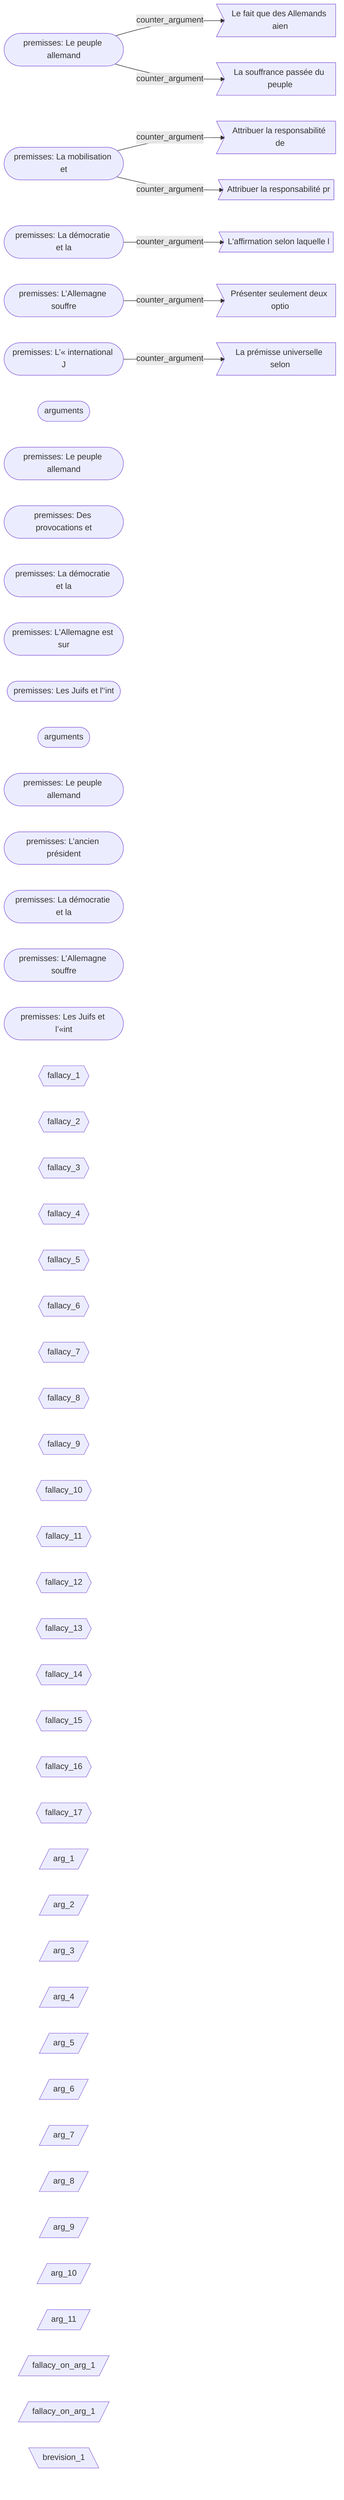
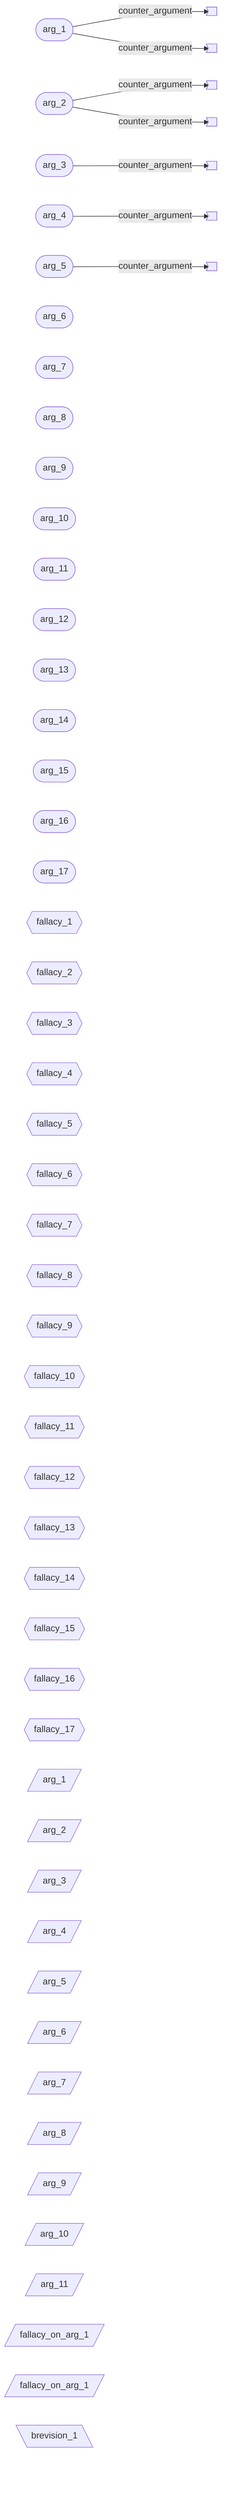
graph LR
-   arg_1(["premisses: Le peuple allemand "])
-   arg_2(["premisses: La mobilisation et "])
-   arg_3(["premisses: La démocratie et la"])
-   arg_4(["premisses: L’Allemagne souffre"])
-   arg_5(["premisses: L’« international J"])
-   arg_6(["arguments"])
-   arg_7(["premisses: Le peuple allemand "])
-   arg_8(["premisses: Des provocations et"])
-   arg_9(["premisses: La démocratie et la"])
-   arg_10(["premisses: L'Allemagne est sur"])
-   arg_11(["premisses: Les Juifs et l'‘int"])
-   arg_12(["arguments"])
-   arg_13(["premisses: Le peuple allemand "])
-   arg_14(["premisses: L’ancien président "])
-   arg_15(["premisses: La démocratie et la"])
-   arg_16(["premisses: L’Allemagne souffre"])
-   arg_17(["premisses: Les Juifs et l’«int"])
+   arg_1(["arg_1"])
+   arg_2(["arg_2"])
+   arg_3(["arg_3"])
+   arg_4(["arg_4"])
+   arg_5(["arg_5"])
+   arg_6(["arg_6"])
+   arg_7(["arg_7"])
+   arg_8(["arg_8"])
+   arg_9(["arg_9"])
+   arg_10(["arg_10"])
+   arg_11(["arg_11"])
+   arg_12(["arg_12"])
+   arg_13(["arg_13"])
+   arg_14(["arg_14"])
+   arg_15(["arg_15"])
+   arg_16(["arg_16"])
+   arg_17(["arg_17"])
  fallacy_1{{"fallacy_1"}}
  fallacy_2{{"fallacy_2"}}
  fallacy_3{{"fallacy_3"}}
  fallacy_4{{"fallacy_4"}}
  fallacy_5{{"fallacy_5"}}
  fallacy_6{{"fallacy_6"}}
  fallacy_7{{"fallacy_7"}}
  fallacy_8{{"fallacy_8"}}
  fallacy_9{{"fallacy_9"}}
  fallacy_10{{"fallacy_10"}}
  fallacy_11{{"fallacy_11"}}
  fallacy_12{{"fallacy_12"}}
  fallacy_13{{"fallacy_13"}}
  fallacy_14{{"fallacy_14"}}
  fallacy_15{{"fallacy_15"}}
  fallacy_16{{"fallacy_16"}}
  fallacy_17{{"fallacy_17"}}
  jtms_1[/"arg_1"/]
  jtms_2[/"arg_2"/]
  jtms_3[/"arg_3"/]
  jtms_4[/"arg_4"/]
  jtms_5[/"arg_5"/]
  jtms_6[/"arg_6"/]
  jtms_7[/"arg_7"/]
  jtms_8[/"arg_8"/]
  jtms_9[/"arg_9"/]
  jtms_10[/"arg_10"/]
  jtms_11[/"arg_11"/]
  jtms_12[/"fallacy_on_arg_1"/]
  jtms_13[/"fallacy_on_arg_1"/]
  brevision_1[\"brevision_1"\]
-   ca_1>"Le fait que des Allemands aien"]
-   ca_2>"Attribuer la responsabilité de"]
-   ca_3>"L'affirmation selon laquelle l"]
-   ca_4>"Présenter seulement deux optio"]
-   ca_5>"La prémisse universelle selon "]
-   ca_6>"La souffrance passée du peuple"]
-   ca_7>"Attribuer la responsabilité pr"]
+   ca_1>"<scrubbed>"]
+   ca_2>"<scrubbed>"]
+   ca_3>"<scrubbed>"]
+   ca_4>"<scrubbed>"]
+   ca_5>"<scrubbed>"]
+   ca_6>"<scrubbed>"]
+   ca_7>"<scrubbed>"]
  arg_1 -->|counter_argument| ca_1
  arg_2 -->|counter_argument| ca_2
  arg_3 -->|counter_argument| ca_3
  arg_4 -->|counter_argument| ca_4
  arg_5 -->|counter_argument| ca_5
  arg_1 -->|counter_argument| ca_6
  arg_2 -->|counter_argument| ca_7